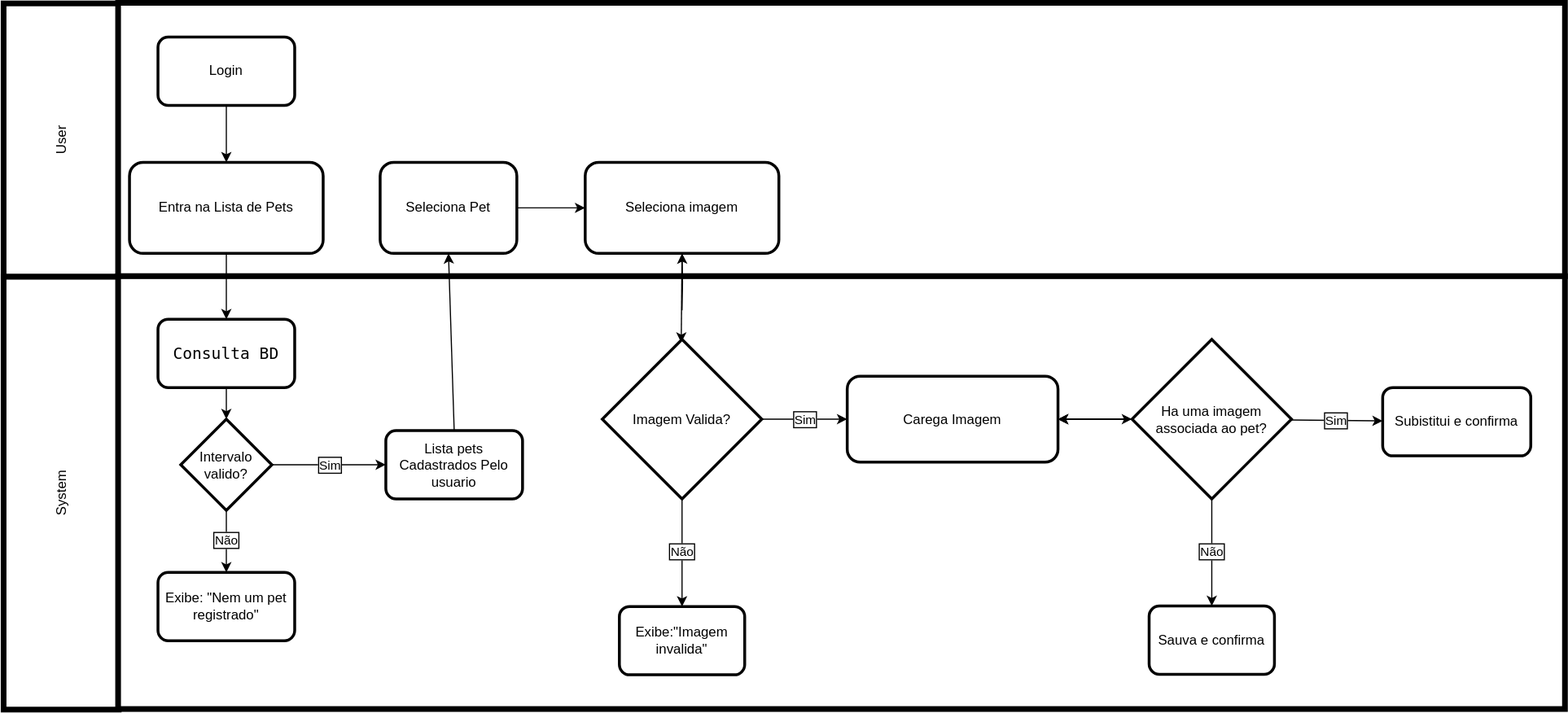
SamuelPatrickMeneses/PetAgenda keeps this draw.io diagram as .github/wiki/assets/image/Upload_de_Foto.drawio.svg. Above is the earlier version. Source tidied: cells renumbered, new cells last; positions are measured from the earlier drawing's top-left corner, leaving out a move shared by most shapes.
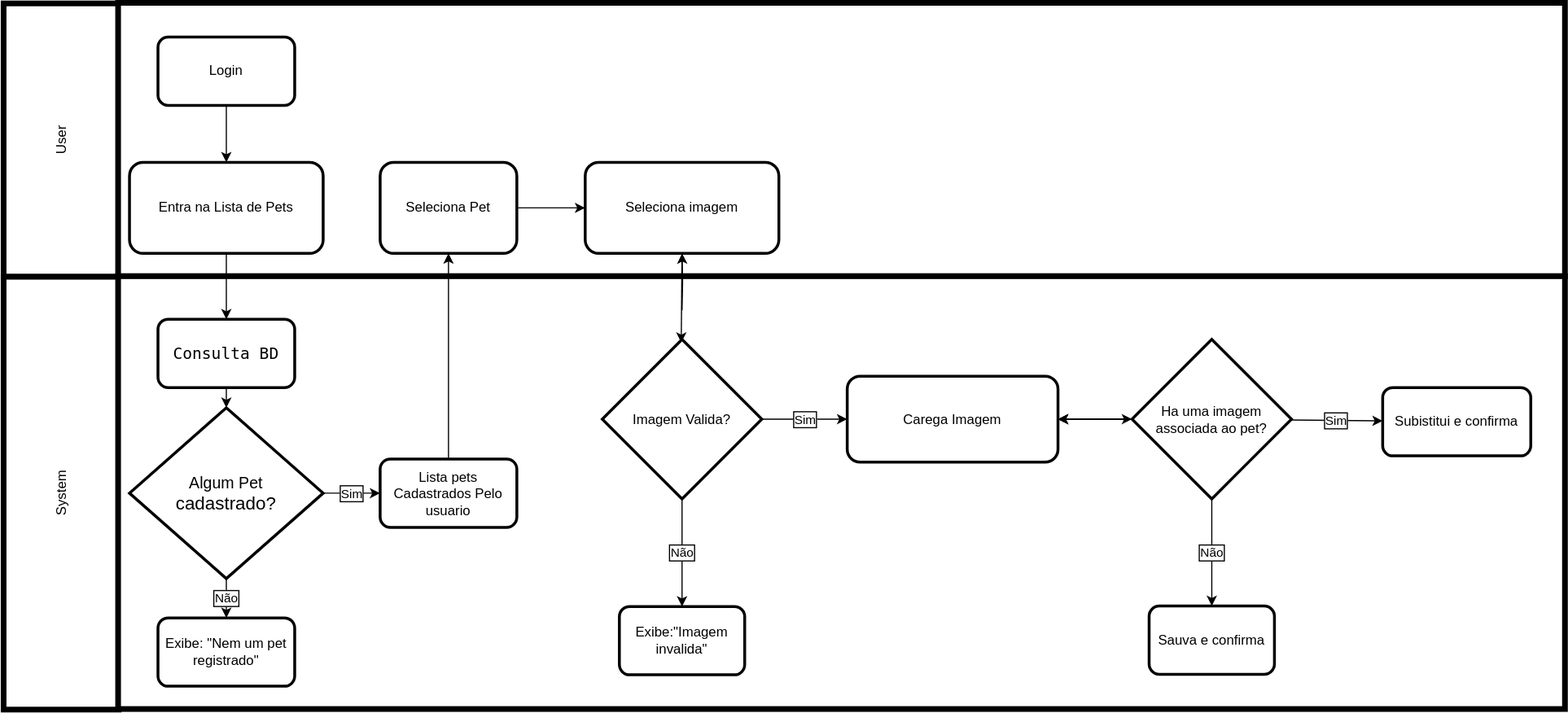
Above is the later version.

Commit message:
type: fix wiki image files:  .github/wiki/assets/image/Upload_de_Foto.drawio.svg description: fix diagram error on wiki.

Diff of the diagram source:
```diff
@@ -20,8 +20,8 @@
     <mxCell id="7" style="endArrow=classic;html=1;rounded=0;strokeColor=light-dark(#000000,#000000);fontColor=light-dark(#000000,#000000);labelBackgroundColor=light-dark(#FFFFFF,#FFFFFF);labelBorderColor=light-dark(#000000,#000000);entryX=0.5;entryY=0;entryDx=0;entryDy=0;" parent="1" edge="1" source="6" target="14">
       <mxGeometry relative="1" as="geometry" />
     </mxCell>
-    <mxCell id="8" value="&lt;div&gt;Intervalo&lt;/div&gt;&lt;div&gt;valido?&lt;/div&gt;" style="rhombus;whiteSpace=wrap;html=1;strokeColor=light-dark(#000000,#000000);fillColor=light-dark(#FFFFFF,#FFFFFF);strokeWidth=2.5;fontColor=light-dark(#000000,#000000);labelBackgroundColor=none;labelBorderColor=none;" parent="1" vertex="1">
-      <mxGeometry x="295" y="365.5" width="80" height="80" as="geometry" />
+    <mxCell id="8" value="&lt;div&gt;&lt;font style=&quot;font-size: 14px;&quot;&gt;Algum Pet&lt;/font&gt;&lt;/div&gt;&lt;div&gt;&lt;font size=&quot;3&quot;&gt;cadastrado?&lt;/font&gt;&lt;/div&gt;" style="rhombus;whiteSpace=wrap;html=1;strokeColor=light-dark(#000000,#000000);fillColor=light-dark(#FFFFFF,#FFFFFF);strokeWidth=2.5;fontColor=light-dark(#000000,#000000);labelBackgroundColor=none;labelBorderColor=none;" parent="1" vertex="1">
+      <mxGeometry x="250" y="355.5" width="170" height="150" as="geometry" />
     </mxCell>
     <mxCell id="9" value="Login" style="rounded=1;whiteSpace=wrap;html=1;fillColor=light-dark(#FFFFFF,#FFFFFF);strokeWidth=2.5;strokeColor=light-dark(#000000,#000000);fontColor=light-dark(#000000,#000000);labelBackgroundColor=light-dark(#FFFFFF,#FFFFFF);" parent="1" vertex="1">
       <mxGeometry x="275" y="30" width="120" height="60" as="geometry" />
@@ -33,7 +33,7 @@
       <mxGeometry relative="1" as="geometry" />
     </mxCell>
     <mxCell id="12" value="&lt;div&gt;Exibe: &quot;Nem um pet&lt;/div&gt;&lt;div&gt;registrado&quot;&lt;/div&gt;" style="rounded=1;whiteSpace=wrap;html=1;fillColor=light-dark(#FFFFFF,#FFFFFF);strokeWidth=2.5;strokeColor=light-dark(#000000,#000000);fontColor=light-dark(#000000,#000000);labelBackgroundColor=none;labelBorderColor=none;" parent="1" vertex="1">
-      <mxGeometry x="275" y="500" width="120" height="60" as="geometry" />
+      <mxGeometry x="275" y="540" width="120" height="60" as="geometry" />
     </mxCell>
     <mxCell id="13" value="Sim" style="endArrow=classic;html=1;rounded=0;strokeColor=light-dark(#000000,#000000);fontColor=light-dark(#000000,#000000);labelBackgroundColor=light-dark(#FFFFFF,#FFFFFF);labelBorderColor=light-dark(#000000,#000000);entryX=0;entryY=0.5;entryDx=0;entryDy=0;" parent="1" edge="1" source="8" target="25">
       <mxGeometry relative="1" as="geometry" />
@@ -74,7 +74,7 @@
       <mxGeometry relative="1" as="geometry" />
     </mxCell>
     <mxCell id="25" value="Lista pets Cadastrados Pelo usuario" style="rounded=1;whiteSpace=wrap;html=1;fillColor=light-dark(#FFFFFF,#FFFFFF);strokeWidth=2.5;strokeColor=light-dark(#000000,#000000);fontColor=light-dark(#000000,#000000);labelBackgroundColor=none;labelBorderColor=none;" parent="1" vertex="1">
-      <mxGeometry x="475" y="375.5" width="120" height="60" as="geometry" />
+      <mxGeometry x="470" y="400.5" width="120" height="60" as="geometry" />
     </mxCell>
     <mxCell id="26" style="endArrow=classic;html=1;rounded=0;strokeColor=light-dark(#000000,#000000);fontColor=light-dark(#000000,#000000);labelBackgroundColor=light-dark(#FFFFFF,#FFFFFF);labelBorderColor=light-dark(#000000,#000000);exitX=0.5;exitY=0;exitDx=0;exitDy=0;entryX=0.5;entryY=1;entryDx=0;entryDy=0;" parent="1" edge="1" source="25" target="27">
       <mxGeometry relative="1" as="geometry" />
```
